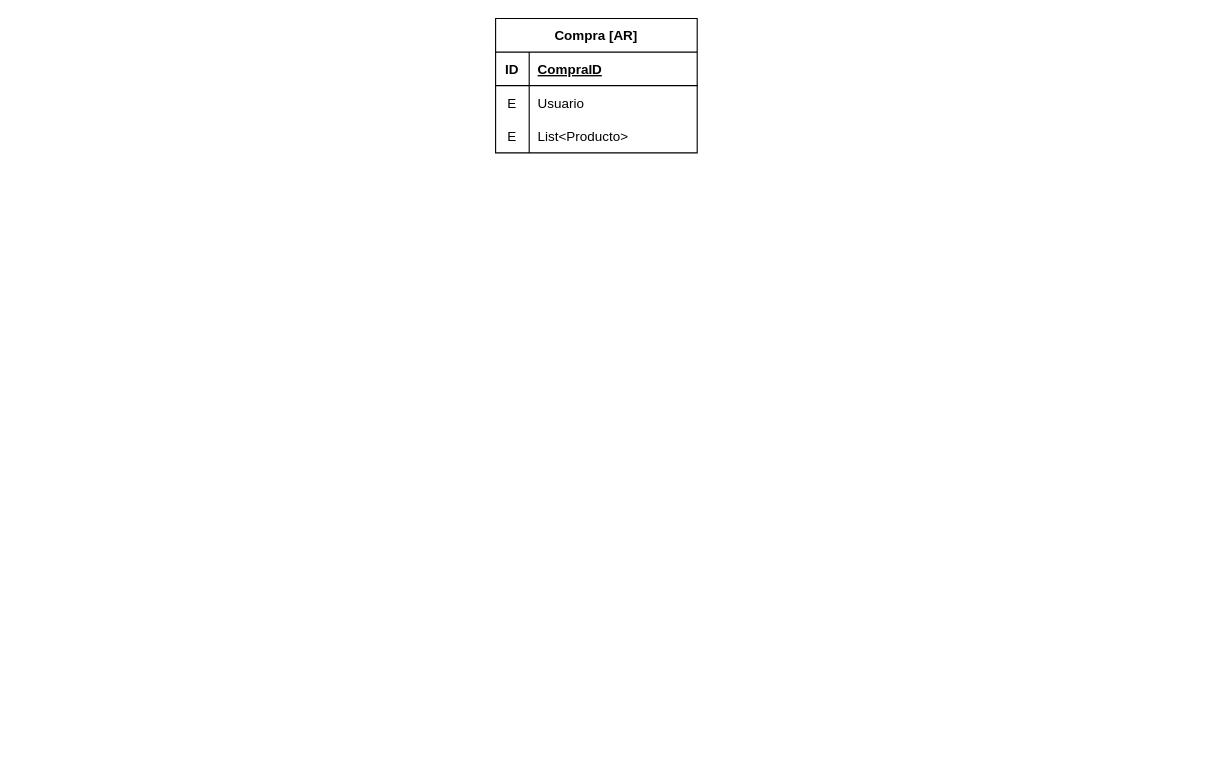
The draw.io diagram page "Modelado-Compras" (2 of 3) of Workshop.drawio in seb4stian69/workshop-quarkus, before the edit. Source tidied: cells renumbered, new cells numbered last; positions are measured from the earlier drawing's top-left corner, leaving out a move shared by most shapes. Both pictures are drawn from the tidied source at 112%, with x=0, y=0 at pixel (495, 18).
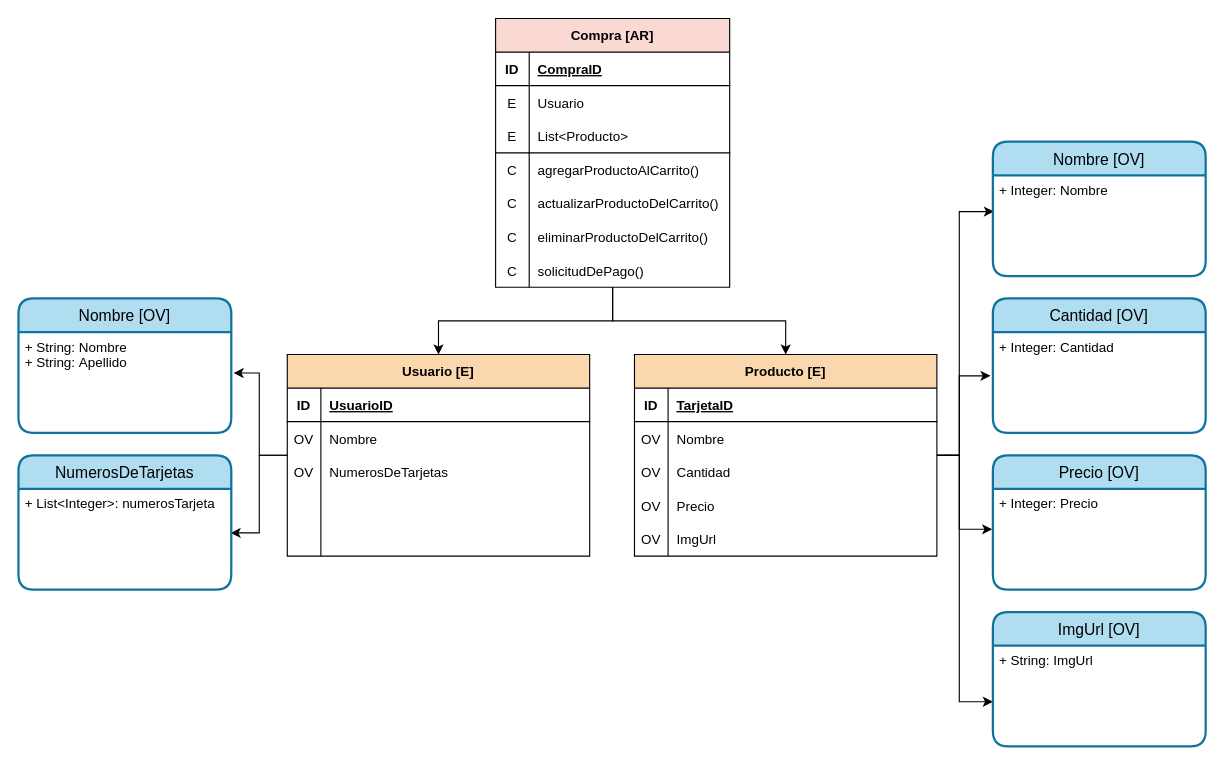
The same diagram, later.

Diff of the diagram source:
```diff
@@
+    <mxCell id="12" style="edgeStyle=orthogonalEdgeStyle;rounded=0;jettySize=auto;html=1;entryX=0.5;entryY=0;entryDx=0;entryDy=0;" parent="1" edge="1" source="2" target="28">
+      <mxGeometry relative="1" as="geometry" />
+    </mxCell>
+    <mxCell id="13" style="edgeStyle=orthogonalEdgeStyle;rounded=0;jettySize=auto;html=1;entryX=0.5;entryY=0;entryDx=0;entryDy=0;" parent="1" edge="1" source="2" target="48">
+      <mxGeometry relative="1" as="geometry" />
+    </mxCell>
-    <mxCell id="2" value="Compra [AR]" style="shape=table;startSize=30;childLayout=tableLayout;rowLines=0;fontStyle=1;align=center;" parent="1" vertex="1">
-      <mxGeometry width="180" height="120" as="geometry" />
+    <mxCell id="2" value="Compra [AR]" style="shape=table;startSize=30;childLayout=tableLayout;rowLines=0;fontStyle=1;align=center;fillColor=#fad9d5;strokeColor=#000000;" parent="1" vertex="1">
+      <mxGeometry width="209" height="240" as="geometry" />
     </mxCell>
     <mxCell id="3" style="shape=tableRow;horizontal=0;startSize=0;swimlaneHead=0;swimlaneBody=0;fillColor=none;top=0;left=0;right=0;bottom=1;" parent="2" vertex="1">
-      <mxGeometry y="30" width="180" height="30" as="geometry" />
+      <mxGeometry y="30" width="209" height="30" as="geometry" />
     </mxCell>
@@
-    <mxCell id="5" value="CompraID" style="shape=partialRectangle;fillColor=none;top=0;left=0;bottom=0;right=0;align=left;spacingLeft=6;fontStyle=5;overflow=hidden;" parent="3" vertex="1">
-      <mxGeometry x="30" width="150" height="30" as="geometry" />
+    <mxCell id="5" value="CompraID" style="shape=partialRectangle;fillColor=none;top=0;left=0;bottom=0;right=0;align=left;spacingLeft=6;fontStyle=5;overflow=hidden;strokeColor=#f0a30a;" parent="3" vertex="1">
+      <mxGeometry x="30" width="179" height="30" as="geometry" />
     </mxCell>
     <mxCell id="6" style="shape=tableRow;horizontal=0;startSize=0;swimlaneHead=0;swimlaneBody=0;fillColor=none;top=0;left=0;right=0;bottom=0;" parent="2" vertex="1">
-      <mxGeometry y="60" width="180" height="30" as="geometry" />
+      <mxGeometry y="60" width="209" height="30" as="geometry" />
     </mxCell>
@@
     <mxCell id="8" value="Usuario" style="shape=partialRectangle;fillColor=none;top=0;left=0;bottom=0;right=0;align=left;spacingLeft=6;overflow=hidden;" parent="6" vertex="1">
-      <mxGeometry x="30" width="150" height="30" as="geometry" />
+      <mxGeometry x="30" width="179" height="30" as="geometry" />
     </mxCell>
     <mxCell id="9" style="shape=tableRow;horizontal=0;startSize=0;swimlaneHead=0;swimlaneBody=0;fillColor=none;top=0;left=0;right=0;bottom=0;" parent="2" vertex="1">
-      <mxGeometry y="90" width="180" height="30" as="geometry" />
+      <mxGeometry y="90" width="209" height="30" as="geometry" />
     </mxCell>
@@
     <mxCell id="11" value="List&lt;Producto&gt;" style="shape=partialRectangle;fillColor=none;top=0;left=0;bottom=0;right=0;align=left;spacingLeft=6;overflow=hidden;" parent="9" vertex="1">
-      <mxGeometry x="30" width="150" height="30" as="geometry" />
+      <mxGeometry x="30" width="179" height="30" as="geometry" />
     </mxCell>
+    <mxCell id="14" style="shape=tableRow;horizontal=0;startSize=0;swimlaneHead=0;swimlaneBody=0;fillColor=none;top=0;left=0;right=0;bottom=0;" parent="2" vertex="1">
+      <mxGeometry y="120" width="209" height="30" as="geometry" />
+    </mxCell>
+    <mxCell id="15" value="C" style="shape=partialRectangle;fillColor=none;top=1;left=0;bottom=0;right=0;overflow=hidden;" parent="14" vertex="1">
+      <mxGeometry width="30" height="30" as="geometry" />
+    </mxCell>
+    <mxCell id="16" value="agregarProductoAlCarrito()" style="shape=partialRectangle;fillColor=none;top=1;left=0;bottom=0;right=0;align=left;spacingLeft=6;overflow=hidden;" parent="14" vertex="1">
+      <mxGeometry x="30" width="179" height="30" as="geometry" />
+    </mxCell>
+    <mxCell id="17" style="shape=tableRow;horizontal=0;startSize=0;swimlaneHead=0;swimlaneBody=0;fillColor=none;top=0;left=0;right=0;bottom=0;" parent="2" vertex="1">
+      <mxGeometry y="150" width="209" height="30" as="geometry" />
+    </mxCell>
+    <mxCell id="18" value="C" style="shape=partialRectangle;fillColor=none;top=0;left=0;bottom=0;right=0;overflow=hidden;" parent="17" vertex="1">
+      <mxGeometry width="30" height="30" as="geometry" />
+    </mxCell>
+    <mxCell id="19" value="actualizarProductoDelCarrito()" style="shape=partialRectangle;fillColor=none;top=0;left=0;bottom=0;right=0;align=left;spacingLeft=6;overflow=hidden;" parent="17" vertex="1">
+      <mxGeometry x="30" width="179" height="30" as="geometry" />
+    </mxCell>
+    <mxCell id="20" style="shape=tableRow;horizontal=0;startSize=0;swimlaneHead=0;swimlaneBody=0;fillColor=none;top=0;left=0;right=0;bottom=0;" parent="2" vertex="1">
+      <mxGeometry y="180" width="209" height="30" as="geometry" />
+    </mxCell>
+    <mxCell id="21" value="C" style="shape=partialRectangle;fillColor=none;top=0;left=0;bottom=0;right=0;overflow=hidden;" parent="20" vertex="1">
+      <mxGeometry width="30" height="30" as="geometry" />
+    </mxCell>
+    <mxCell id="22" value="eliminarProductoDelCarrito()" style="shape=partialRectangle;fillColor=none;top=0;left=0;bottom=0;right=0;align=left;spacingLeft=6;overflow=hidden;" parent="20" vertex="1">
+      <mxGeometry x="30" width="179" height="30" as="geometry" />
+    </mxCell>
+    <mxCell id="23" style="shape=tableRow;horizontal=0;startSize=0;swimlaneHead=0;swimlaneBody=0;fillColor=none;top=0;left=0;right=0;bottom=0;" parent="2" vertex="1">
+      <mxGeometry y="210" width="209" height="30" as="geometry" />
+    </mxCell>
+    <mxCell id="24" value="C" style="shape=partialRectangle;fillColor=none;top=0;left=0;bottom=0;right=0;overflow=hidden;" parent="23" vertex="1">
+      <mxGeometry width="30" height="30" as="geometry" />
+    </mxCell>
+    <mxCell id="25" value="solicitudDePago()" style="shape=partialRectangle;fillColor=none;top=0;left=0;bottom=0;right=0;align=left;spacingLeft=6;overflow=hidden;" parent="23" vertex="1">
+      <mxGeometry x="30" width="179" height="30" as="geometry" />
+    </mxCell>
+    <mxCell id="26" style="edgeStyle=orthogonalEdgeStyle;rounded=0;jettySize=auto;html=1;entryX=1.011;entryY=0.406;entryDx=0;entryDy=0;entryPerimeter=0;" parent="1" edge="1" source="28" target="65">
+      <mxGeometry relative="1" as="geometry" />
+    </mxCell>
+    <mxCell id="27" style="edgeStyle=orthogonalEdgeStyle;rounded=0;jettySize=auto;html=1;entryX=0.997;entryY=0.437;entryDx=0;entryDy=0;entryPerimeter=0;" parent="1" edge="1" source="28" target="67">
+      <mxGeometry relative="1" as="geometry" />
+    </mxCell>
+    <mxCell id="28" value="Usuario [E]" style="shape=table;startSize=30;childLayout=tableLayout;rowLines=0;fontStyle=1;align=center;fillColor=#fad7ac;strokeColor=#000000;" parent="1" vertex="1">
+      <mxGeometry x="-186" y="300" width="270" height="180" as="geometry" />
+    </mxCell>
+    <mxCell id="29" style="shape=tableRow;horizontal=0;startSize=0;swimlaneHead=0;swimlaneBody=0;fillColor=none;top=0;left=0;right=0;bottom=1;" parent="28" vertex="1">
+      <mxGeometry y="30" width="270" height="30" as="geometry" />
+    </mxCell>
+    <mxCell id="30" value="ID" style="shape=partialRectangle;fillColor=none;top=0;left=0;bottom=0;right=0;fontStyle=1;overflow=hidden;" parent="29" vertex="1">
+      <mxGeometry width="30" height="30" as="geometry" />
+    </mxCell>
+    <mxCell id="31" value="UsuarioID" style="shape=partialRectangle;fillColor=none;top=0;left=0;bottom=0;right=0;align=left;spacingLeft=6;fontStyle=5;overflow=hidden;strokeColor=#f0a30a;" parent="29" vertex="1">
+      <mxGeometry x="30" width="240" height="30" as="geometry" />
+    </mxCell>
+    <mxCell id="32" style="shape=tableRow;horizontal=0;startSize=0;swimlaneHead=0;swimlaneBody=0;fillColor=none;top=0;left=0;right=0;bottom=0;" parent="28" vertex="1">
+      <mxGeometry y="60" width="270" height="30" as="geometry" />
+    </mxCell>
+    <mxCell id="33" value="OV" style="shape=partialRectangle;fillColor=none;top=0;left=0;bottom=0;right=0;overflow=hidden;" parent="32" vertex="1">
+      <mxGeometry width="30" height="30" as="geometry" />
+    </mxCell>
+    <mxCell id="34" value="Nombre" style="shape=partialRectangle;fillColor=none;top=0;left=0;bottom=0;right=0;align=left;spacingLeft=6;overflow=hidden;" parent="32" vertex="1">
+      <mxGeometry x="30" width="240" height="30" as="geometry" />
+    </mxCell>
+    <mxCell id="35" style="shape=tableRow;horizontal=0;startSize=0;swimlaneHead=0;swimlaneBody=0;fillColor=none;top=0;left=0;right=0;bottom=0;" parent="28" vertex="1">
+      <mxGeometry y="90" width="270" height="30" as="geometry" />
+    </mxCell>
+    <mxCell id="36" value="OV" style="shape=partialRectangle;fillColor=none;top=0;left=0;bottom=0;right=0;overflow=hidden;" parent="35" vertex="1">
+      <mxGeometry width="30" height="30" as="geometry" />
+    </mxCell>
+    <mxCell id="37" value="NumerosDeTarjetas" style="shape=partialRectangle;fillColor=none;top=0;left=0;bottom=0;right=0;align=left;spacingLeft=6;overflow=hidden;" parent="35" vertex="1">
+      <mxGeometry x="30" width="240" height="30" as="geometry" />
+    </mxCell>
+    <mxCell id="38" style="shape=tableRow;horizontal=0;startSize=0;swimlaneHead=0;swimlaneBody=0;fillColor=none;top=0;left=0;right=0;bottom=0;" parent="28" vertex="1">
+      <mxGeometry y="120" width="270" height="30" as="geometry" />
+    </mxCell>
+    <mxCell id="39" style="shape=partialRectangle;fillColor=none;top=0;left=0;bottom=0;right=0;overflow=hidden;" parent="38" vertex="1">
+      <mxGeometry width="30" height="30" as="geometry" />
+    </mxCell>
+    <mxCell id="40" style="shape=partialRectangle;fillColor=none;top=0;left=0;bottom=0;right=0;align=left;spacingLeft=6;overflow=hidden;" parent="38" vertex="1">
+      <mxGeometry x="30" width="240" height="30" as="geometry" />
+    </mxCell>
+    <mxCell id="41" style="shape=tableRow;horizontal=0;startSize=0;swimlaneHead=0;swimlaneBody=0;fillColor=none;top=0;left=0;right=0;bottom=0;" parent="28" vertex="1">
+      <mxGeometry y="150" width="270" height="30" as="geometry" />
+    </mxCell>
+    <mxCell id="42" style="shape=partialRectangle;fillColor=none;top=0;left=0;bottom=0;right=0;overflow=hidden;" parent="41" vertex="1">
+      <mxGeometry width="30" height="30" as="geometry" />
+    </mxCell>
+    <mxCell id="43" style="shape=partialRectangle;fillColor=none;top=0;left=0;bottom=0;right=0;align=left;spacingLeft=6;overflow=hidden;" parent="41" vertex="1">
+      <mxGeometry x="30" width="240" height="30" as="geometry" />
+    </mxCell>
+    <mxCell id="44" style="edgeStyle=orthogonalEdgeStyle;rounded=0;jettySize=auto;html=1;entryX=-0.011;entryY=0.434;entryDx=0;entryDy=0;entryPerimeter=0;" parent="1" edge="1" source="48" target="69">
+      <mxGeometry relative="1" as="geometry">
+        <Array as="points">
+          <mxPoint x="414" y="390" />
+          <mxPoint x="414" y="319" />
+        </Array>
+      </mxGeometry>
+    </mxCell>
+    <mxCell id="45" style="edgeStyle=orthogonalEdgeStyle;rounded=0;jettySize=auto;html=1;entryX=-0.003;entryY=0.401;entryDx=0;entryDy=0;entryPerimeter=0;" parent="1" edge="1" source="48" target="71">
+      <mxGeometry relative="1" as="geometry">
+        <Array as="points">
+          <mxPoint x="414" y="390" />
+          <mxPoint x="414" y="456" />
+        </Array>
+      </mxGeometry>
+    </mxCell>
+    <mxCell id="46" style="edgeStyle=orthogonalEdgeStyle;rounded=0;jettySize=auto;html=1;entryX=0.005;entryY=0.36;entryDx=0;entryDy=0;entryPerimeter=0;" parent="1" edge="1" source="48" target="73">
+      <mxGeometry relative="1" as="geometry">
+        <Array as="points">
+          <mxPoint x="414" y="390" />
+          <mxPoint x="414" y="172" />
+        </Array>
+      </mxGeometry>
+    </mxCell>
+    <mxCell id="47" style="edgeStyle=orthogonalEdgeStyle;rounded=0;jettySize=auto;html=1;entryX=0;entryY=0.556;entryDx=0;entryDy=0;entryPerimeter=0;" parent="1" edge="1" source="48" target="75">
+      <mxGeometry relative="1" as="geometry">
+        <Array as="points">
+          <mxPoint x="414" y="390" />
+          <mxPoint x="414" y="610" />
+        </Array>
+      </mxGeometry>
+    </mxCell>
+    <mxCell id="48" value="Producto [E]" style="shape=table;startSize=30;childLayout=tableLayout;rowLines=0;fontStyle=1;align=center;fillColor=#fad7ac;strokeColor=#000000;" parent="1" vertex="1">
+      <mxGeometry x="124" y="300" width="270" height="180" as="geometry" />
+    </mxCell>
+    <mxCell id="49" style="shape=tableRow;horizontal=0;startSize=0;swimlaneHead=0;swimlaneBody=0;fillColor=none;top=0;left=0;right=0;bottom=1;" parent="48" vertex="1">
+      <mxGeometry y="30" width="270" height="30" as="geometry" />
+    </mxCell>
+    <mxCell id="50" value="ID" style="shape=partialRectangle;fillColor=none;top=0;left=0;bottom=0;right=0;fontStyle=1;overflow=hidden;" parent="49" vertex="1">
+      <mxGeometry width="30" height="30" as="geometry" />
+    </mxCell>
+    <mxCell id="51" value="TarjetaID" style="shape=partialRectangle;fillColor=none;top=0;left=0;bottom=0;right=0;align=left;spacingLeft=6;fontStyle=5;overflow=hidden;strokeColor=#f0a30a;" parent="49" vertex="1">
+      <mxGeometry x="30" width="240" height="30" as="geometry" />
+    </mxCell>
+    <mxCell id="52" style="shape=tableRow;horizontal=0;startSize=0;swimlaneHead=0;swimlaneBody=0;fillColor=none;top=0;left=0;right=0;bottom=0;" parent="48" vertex="1">
+      <mxGeometry y="60" width="270" height="30" as="geometry" />
+    </mxCell>
+    <mxCell id="53" value="OV" style="shape=partialRectangle;fillColor=none;top=0;left=0;bottom=0;right=0;overflow=hidden;" parent="52" vertex="1">
+      <mxGeometry width="30" height="30" as="geometry" />
+    </mxCell>
+    <mxCell id="54" value="Nombre" style="shape=partialRectangle;fillColor=none;top=0;left=0;bottom=0;right=0;align=left;spacingLeft=6;overflow=hidden;" parent="52" vertex="1">
+      <mxGeometry x="30" width="240" height="30" as="geometry" />
+    </mxCell>
+    <mxCell id="55" style="shape=tableRow;horizontal=0;startSize=0;swimlaneHead=0;swimlaneBody=0;fillColor=none;top=0;left=0;right=0;bottom=0;" parent="48" vertex="1">
+      <mxGeometry y="90" width="270" height="30" as="geometry" />
+    </mxCell>
+    <mxCell id="56" value="OV" style="shape=partialRectangle;fillColor=none;top=0;left=0;bottom=0;right=0;overflow=hidden;" parent="55" vertex="1">
+      <mxGeometry width="30" height="30" as="geometry" />
+    </mxCell>
+    <mxCell id="57" value="Cantidad" style="shape=partialRectangle;fillColor=none;top=0;left=0;bottom=0;right=0;align=left;spacingLeft=6;overflow=hidden;" parent="55" vertex="1">
+      <mxGeometry x="30" width="240" height="30" as="geometry" />
+    </mxCell>
+    <mxCell id="58" style="shape=tableRow;horizontal=0;startSize=0;swimlaneHead=0;swimlaneBody=0;fillColor=none;top=0;left=0;right=0;bottom=0;" parent="48" vertex="1">
+      <mxGeometry y="120" width="270" height="30" as="geometry" />
+    </mxCell>
+    <mxCell id="59" value="OV" style="shape=partialRectangle;fillColor=none;top=0;left=0;bottom=0;right=0;overflow=hidden;" parent="58" vertex="1">
+      <mxGeometry width="30" height="30" as="geometry" />
+    </mxCell>
+    <mxCell id="60" value="Precio" style="shape=partialRectangle;fillColor=none;top=0;left=0;bottom=0;right=0;align=left;spacingLeft=6;overflow=hidden;" parent="58" vertex="1">
+      <mxGeometry x="30" width="240" height="30" as="geometry" />
+    </mxCell>
+    <mxCell id="61" style="shape=tableRow;horizontal=0;startSize=0;swimlaneHead=0;swimlaneBody=0;fillColor=none;top=0;left=0;right=0;bottom=0;" parent="48" vertex="1">
+      <mxGeometry y="150" width="270" height="30" as="geometry" />
+    </mxCell>
+    <mxCell id="62" value="OV" style="shape=partialRectangle;fillColor=none;top=0;left=0;bottom=0;right=0;overflow=hidden;" parent="61" vertex="1">
+      <mxGeometry width="30" height="30" as="geometry" />
+    </mxCell>
+    <mxCell id="63" value="ImgUrl" style="shape=partialRectangle;fillColor=none;top=0;left=0;bottom=0;right=0;align=left;spacingLeft=6;overflow=hidden;" parent="61" vertex="1">
+      <mxGeometry x="30" width="240" height="30" as="geometry" />
+    </mxCell>
+    <mxCell id="64" value="Nombre [OV]" style="swimlane;horizontal=1;startSize=30;rounded=1;fontSize=14;fontStyle=0;strokeWidth=2;shadow=0;dashed=0;align=center;strokeColor=#10739e;fillColor=#b1ddf0;" parent="1" vertex="1">
+      <mxGeometry x="-426" y="250" width="190" height="120" as="geometry" />
+    </mxCell>
+    <mxCell id="65" value="+ String: Nombre&#10;+ String: Apellido" style="align=left;strokeColor=none;fillColor=none;spacingLeft=4;fontSize=12;verticalAlign=top;" parent="64" vertex="1">
+      <mxGeometry y="30" width="190" height="90" as="geometry" />
+    </mxCell>
+    <mxCell id="66" value="NumerosDeTarjetas" style="swimlane;horizontal=1;startSize=30;rounded=1;fontSize=14;fontStyle=0;strokeWidth=2;shadow=0;dashed=0;align=center;strokeColor=#10739e;fillColor=#b1ddf0;" parent="1" vertex="1">
+      <mxGeometry x="-426" y="390" width="190" height="120" as="geometry" />
+    </mxCell>
+    <mxCell id="67" value="+ List&lt;Integer&gt;: numerosTarjeta" style="align=left;strokeColor=none;fillColor=none;spacingLeft=4;fontSize=12;verticalAlign=top;" parent="66" vertex="1">
+      <mxGeometry y="30" width="190" height="90" as="geometry" />
+    </mxCell>
+    <mxCell id="68" value="Cantidad [OV]" style="swimlane;horizontal=1;startSize=30;rounded=1;fontSize=14;fontStyle=0;strokeWidth=2;shadow=0;dashed=0;align=center;strokeColor=#10739e;fillColor=#b1ddf0;" parent="1" vertex="1">
+      <mxGeometry x="444" y="250" width="190" height="120" as="geometry" />
+    </mxCell>
+    <mxCell id="69" value="+ Integer: Cantidad" style="align=left;strokeColor=none;fillColor=none;spacingLeft=4;fontSize=12;verticalAlign=top;" parent="68" vertex="1">
+      <mxGeometry y="30" width="190" height="90" as="geometry" />
+    </mxCell>
+    <mxCell id="70" value="Precio [OV]" style="swimlane;horizontal=1;startSize=30;rounded=1;fontSize=14;fontStyle=0;strokeWidth=2;shadow=0;dashed=0;align=center;strokeColor=#10739e;fillColor=#b1ddf0;" parent="1" vertex="1">
+      <mxGeometry x="444" y="390" width="190" height="120" as="geometry" />
+    </mxCell>
+    <mxCell id="71" value="+ Integer: Precio" style="align=left;strokeColor=none;fillColor=none;spacingLeft=4;fontSize=12;verticalAlign=top;" parent="70" vertex="1">
+      <mxGeometry y="30" width="190" height="90" as="geometry" />
+    </mxCell>
+    <mxCell id="72" value="Nombre [OV]" style="swimlane;horizontal=1;startSize=30;rounded=1;fontSize=14;fontStyle=0;strokeWidth=2;shadow=0;dashed=0;align=center;strokeColor=#10739e;fillColor=#b1ddf0;" parent="1" vertex="1">
+      <mxGeometry x="444" y="110" width="190" height="120" as="geometry" />
+    </mxCell>
+    <mxCell id="73" value="+ Integer: Nombre" style="align=left;strokeColor=none;fillColor=none;spacingLeft=4;fontSize=12;verticalAlign=top;" parent="72" vertex="1">
+      <mxGeometry y="30" width="190" height="90" as="geometry" />
+    </mxCell>
+    <mxCell id="74" value="ImgUrl [OV]" style="swimlane;horizontal=1;startSize=30;rounded=1;fontSize=14;fontStyle=0;strokeWidth=2;shadow=0;dashed=0;align=center;strokeColor=#10739e;fillColor=#b1ddf0;" parent="1" vertex="1">
+      <mxGeometry x="444" y="530" width="190" height="120" as="geometry" />
+    </mxCell>
+    <mxCell id="75" value="+ String: ImgUrl&#10;" style="align=left;strokeColor=none;fillColor=none;spacingLeft=4;fontSize=12;verticalAlign=top;" parent="74" vertex="1">
+      <mxGeometry y="30" width="190" height="90" as="geometry" />
+    </mxCell>
```
